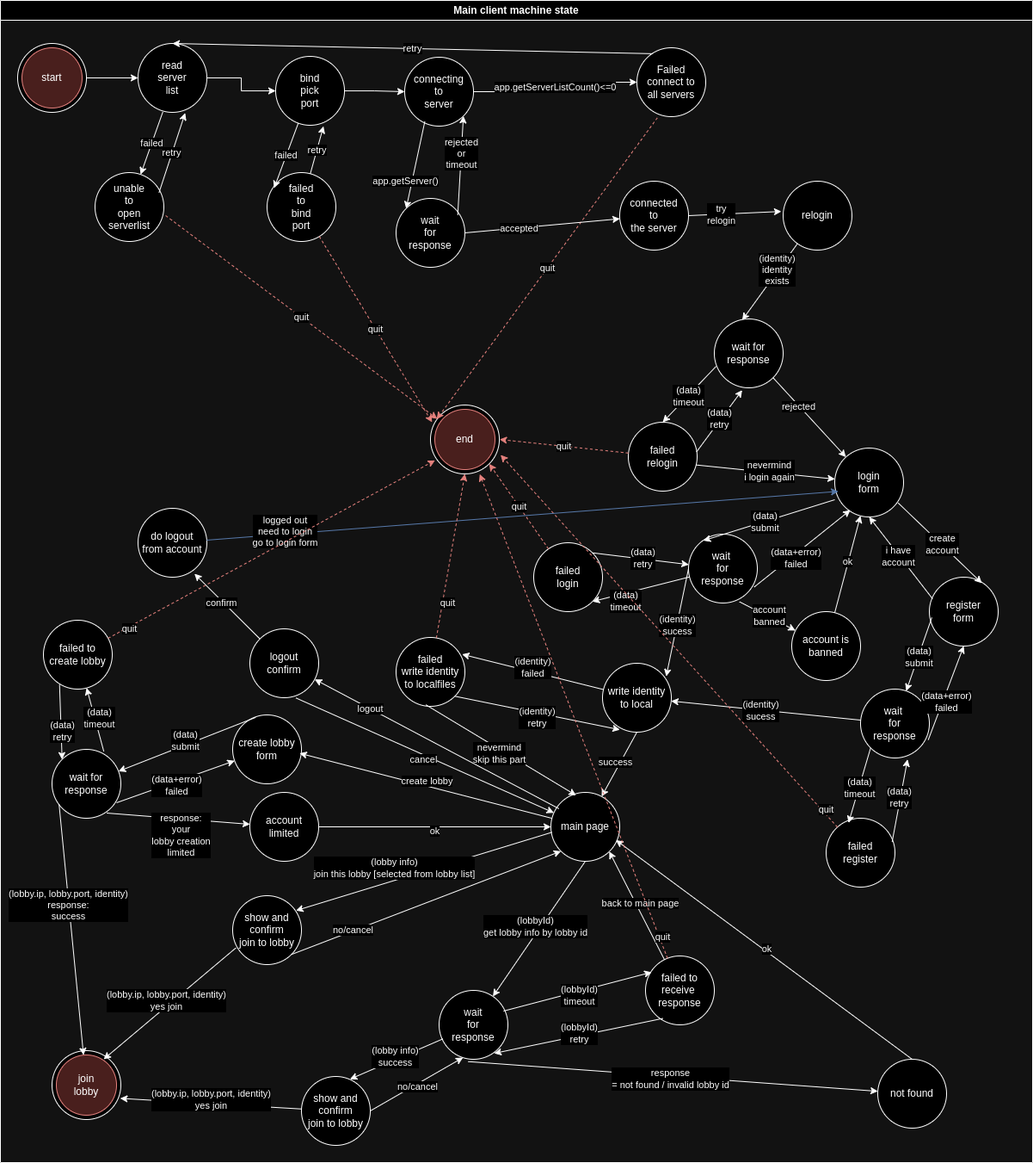
Above: docs/machine-state/main-client/main-client-machine-states-dark.png in turnaduw/fluffyMultiplayer (draw.io), before the change. Source tidied: cells renumbered, new cells last; positions are measured from the earlier drawing's top-left corner, leaving out a move shared by most shapes.
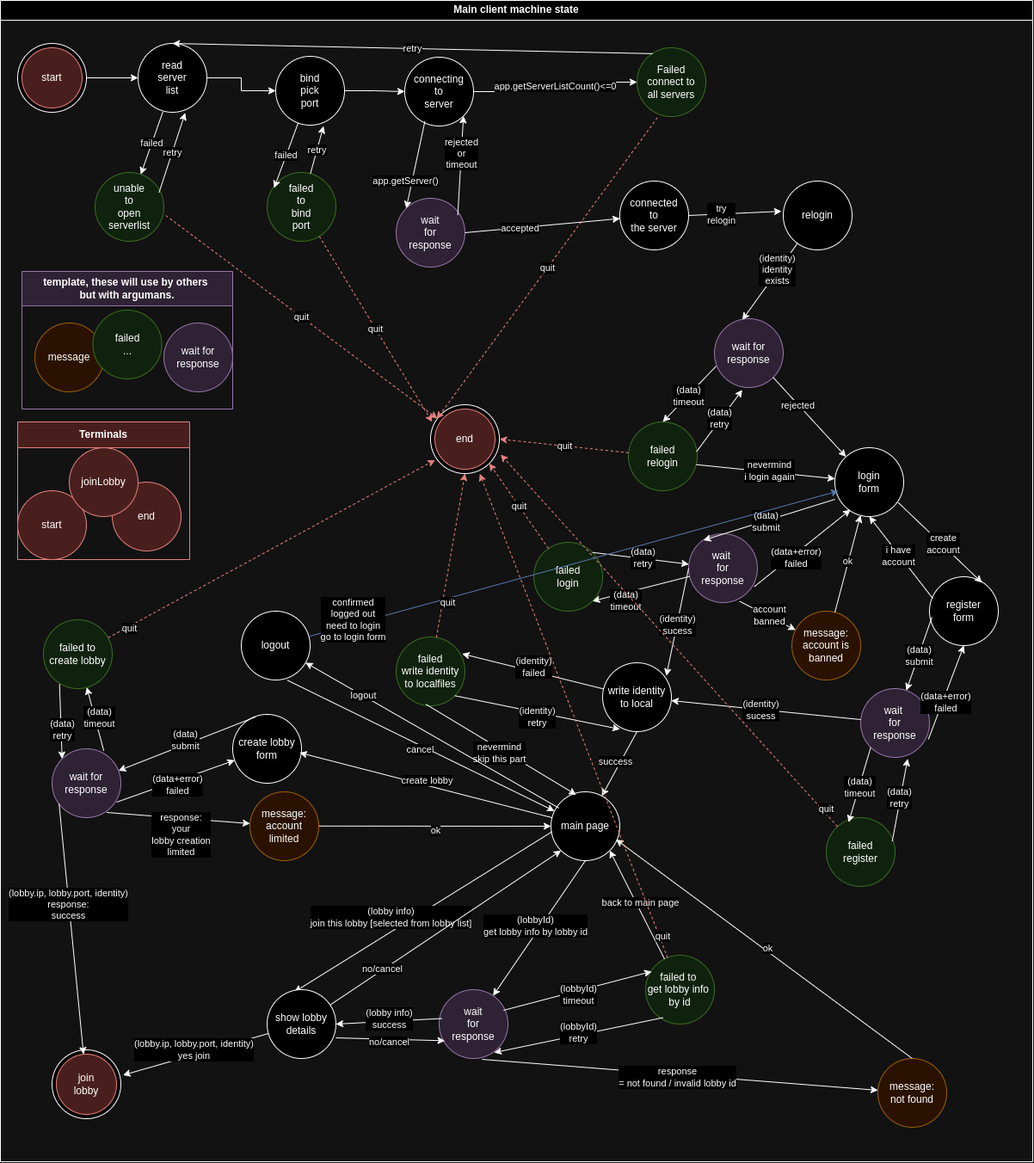
The same file after the commit.

Commit message:
doc mainclient machine state updated.

Change to the diagram source:
```diff
@@ -22,3 +22,3 @@
     </mxCell>
-    <mxCell id="8" value="unable&lt;br&gt;to&lt;br&gt;open&lt;br&gt;serverlist" style="ellipse;whiteSpace=wrap;html=1;" parent="2" vertex="1">
+    <mxCell id="8" value="unable&lt;br&gt;to&lt;br&gt;open&lt;br&gt;serverlist" style="ellipse;whiteSpace=wrap;html=1;fillColor=#d5e8d4;strokeColor=#82b366;" parent="2" vertex="1">
       <mxGeometry x="110" y="200" width="80" height="80" as="geometry" />
@@ -52,3 +52,3 @@
     </mxCell>
-    <mxCell id="18" value="failed&lt;br&gt;to&lt;br&gt;bind&lt;br&gt;port" style="ellipse;whiteSpace=wrap;html=1;" parent="2" vertex="1">
+    <mxCell id="18" value="failed&lt;br&gt;to&lt;br&gt;bind&lt;br&gt;port" style="ellipse;whiteSpace=wrap;html=1;fillColor=#d5e8d4;strokeColor=#82b366;" parent="2" vertex="1">
       <mxGeometry x="310" y="200" width="80" height="80" as="geometry" />
@@ -64,6 +64,6 @@
     </mxCell>
-    <mxCell id="22" value="wait&lt;br&gt;for&lt;br&gt;response" style="ellipse;whiteSpace=wrap;html=1;" parent="2" vertex="1">
+    <mxCell id="22" value="wait&lt;br&gt;for&lt;br&gt;response" style="ellipse;whiteSpace=wrap;html=1;fillColor=#e1d5e7;strokeColor=#9673a6;" parent="2" vertex="1">
       <mxGeometry x="460" y="230" width="80" height="80" as="geometry" />
     </mxCell>
-    <mxCell id="23" value="Failed&lt;br&gt;connect to&lt;br&gt;all servers" style="ellipse;whiteSpace=wrap;html=1;" parent="2" vertex="1">
+    <mxCell id="23" value="Failed&lt;br&gt;connect to&lt;br&gt;all servers" style="ellipse;whiteSpace=wrap;html=1;fillColor=#d5e8d4;strokeColor=#82b366;" parent="2" vertex="1">
       <mxGeometry x="740" y="55" width="80" height="80" as="geometry" />
@@ -94,3 +94,3 @@
     </mxCell>
-    <mxCell id="32" value="wait for response" style="ellipse;whiteSpace=wrap;html=1;" parent="2" vertex="1">
+    <mxCell id="32" value="wait for response" style="ellipse;whiteSpace=wrap;html=1;fillColor=#e1d5e7;strokeColor=#9673a6;" parent="2" vertex="1">
       <mxGeometry x="830" y="370" width="80" height="80" as="geometry" />
@@ -106,3 +106,3 @@
     </mxCell>
-    <mxCell id="36" value="failed&lt;br&gt;relogin" style="ellipse;whiteSpace=wrap;html=1;" parent="2" vertex="1">
+    <mxCell id="36" value="failed&lt;br&gt;relogin" style="ellipse;whiteSpace=wrap;html=1;fillColor=#d5e8d4;strokeColor=#82b366;" parent="2" vertex="1">
       <mxGeometry x="730" y="490" width="80" height="80" as="geometry" />
@@ -130,3 +130,3 @@
     </mxCell>
-    <mxCell id="44" value="wait&amp;nbsp;&lt;br&gt;for&lt;br&gt;response" style="ellipse;whiteSpace=wrap;html=1;" parent="2" vertex="1">
+    <mxCell id="44" value="wait&amp;nbsp;&lt;br&gt;for&lt;br&gt;response" style="ellipse;whiteSpace=wrap;html=1;fillColor=#e1d5e7;strokeColor=#9673a6;" parent="2" vertex="1">
       <mxGeometry x="800" y="620" width="80" height="80" as="geometry" />
@@ -145,3 +145,3 @@
     </mxCell>
-    <mxCell id="49" value="wait&amp;nbsp;&lt;br&gt;for&lt;br&gt;response" style="ellipse;whiteSpace=wrap;html=1;" parent="2" vertex="1">
+    <mxCell id="49" value="wait&amp;nbsp;&lt;br&gt;for&lt;br&gt;response" style="ellipse;whiteSpace=wrap;html=1;fillColor=#e1d5e7;strokeColor=#9673a6;" parent="2" vertex="1">
       <mxGeometry x="1000" y="800" width="80" height="80" as="geometry" />
@@ -157,6 +157,6 @@
     </mxCell>
-    <mxCell id="53" value="failed&lt;br&gt;register" style="ellipse;whiteSpace=wrap;html=1;" parent="2" vertex="1">
+    <mxCell id="53" value="failed&lt;br&gt;register" style="ellipse;whiteSpace=wrap;html=1;fillColor=#d5e8d4;strokeColor=#82b366;" parent="2" vertex="1">
       <mxGeometry x="960" y="950" width="80" height="80" as="geometry" />
     </mxCell>
-    <mxCell id="54" value="failed&lt;br&gt;login" style="ellipse;whiteSpace=wrap;html=1;" parent="2" vertex="1">
+    <mxCell id="54" value="failed&lt;br&gt;login" style="ellipse;whiteSpace=wrap;html=1;fillColor=#d5e8d4;strokeColor=#82b366;" parent="2" vertex="1">
       <mxGeometry x="620" y="630" width="80" height="80" as="geometry" />
@@ -181,3 +181,3 @@
     </mxCell>
-    <mxCell id="61" value="failed&lt;br&gt;write identity&lt;br&gt;to localfiles" style="ellipse;whiteSpace=wrap;html=1;" parent="2" vertex="1">
+    <mxCell id="61" value="failed&lt;br&gt;write identity&lt;br&gt;to localfiles" style="ellipse;whiteSpace=wrap;html=1;fillColor=#d5e8d4;strokeColor=#82b366;" parent="2" vertex="1">
       <mxGeometry x="460" y="740" width="80" height="80" as="geometry" />
@@ -199,8 +199,5 @@
     </mxCell>
-    <mxCell id="67" value="logout&lt;br&gt;confirm" style="ellipse;whiteSpace=wrap;html=1;" parent="2" vertex="1">
-      <mxGeometry x="290" y="730" width="80" height="80" as="geometry" />
+    <mxCell id="67" value="logout" style="ellipse;whiteSpace=wrap;html=1;" parent="2" vertex="1">
+      <mxGeometry x="280" y="710" width="80" height="80" as="geometry" />
     </mxCell>
-    <mxCell id="68" value="do logout&lt;br&gt;from account" style="ellipse;whiteSpace=wrap;html=1;" parent="2" vertex="1">
-      <mxGeometry x="160" y="590" width="80" height="80" as="geometry" />
-    </mxCell>
     <mxCell id="69" value="logout" style="endArrow=classic;html=1;rounded=0;exitX=0.116;exitY=0.236;exitDx=0;exitDy=0;exitPerimeter=0;" parent="2" edge="1" source="64" target="67">
@@ -211,7 +208,4 @@
     </mxCell>
-    <mxCell id="71" value="confirm" style="endArrow=classic;html=1;rounded=0;entryX=0.82;entryY=0.95;entryDx=0;entryDy=0;entryPerimeter=0;" parent="2" edge="1" source="67" target="68">
-      <mxGeometry x="0.15" y="2" relative="1" as="geometry" />
-    </mxCell>
-    <mxCell id="72" value="logged out&lt;br&gt;need to login&lt;br&gt;go to login form" style="endArrow=classic;html=1;rounded=0;entryX=0.052;entryY=0.629;entryDx=0;entryDy=0;entryPerimeter=0;fillColor=#dae8fc;strokeColor=#6c8ebf;" parent="2" edge="1" source="68" target="34">
-      <mxGeometry x="-0.75" y="3" relative="1" as="geometry" />
+    <mxCell id="72" value="confirmed&lt;br&gt;logged out&lt;br&gt;need to login&lt;br&gt;go to login form" style="endArrow=classic;html=1;rounded=0;entryX=0.052;entryY=0.629;entryDx=0;entryDy=0;entryPerimeter=0;fillColor=#dae8fc;strokeColor=#6c8ebf;" parent="2" edge="1" source="67" target="34">
+      <mxGeometry x="-0.83" y="5" relative="1" as="geometry" />
     </mxCell>
@@ -226,6 +220,6 @@
     </mxCell>
-    <mxCell id="76" value="(lobby info)&lt;br&gt;join this lobby [selected from lobby list]" style="endArrow=classic;html=1;rounded=0;exitX=0.016;exitY=0.579;exitDx=0;exitDy=0;entryX=0.92;entryY=0.216;entryDx=0;entryDy=0;entryPerimeter=0;exitPerimeter=0;" parent="2" edge="1" source="64" target="99">
+    <mxCell id="76" value="(lobby info)&lt;br&gt;join this lobby [selected from lobby list]" style="endArrow=classic;html=1;rounded=0;exitX=0.016;exitY=0.579;exitDx=0;exitDy=0;exitPerimeter=0;entryX=0.396;entryY=0.033;entryDx=0;entryDy=0;entryPerimeter=0;" parent="2" edge="1" source="64" target="96">
       <mxGeometry x="0.2" y="-14" relative="1" as="geometry" />
     </mxCell>
-    <mxCell id="77" value="wait&lt;br&gt;for&lt;br&gt;response" style="ellipse;whiteSpace=wrap;html=1;" parent="2" vertex="1">
+    <mxCell id="77" value="wait&lt;br&gt;for&lt;br&gt;response" style="ellipse;whiteSpace=wrap;html=1;fillColor=#e1d5e7;strokeColor=#9673a6;" parent="2" vertex="1">
       <mxGeometry x="510" y="1150" width="80" height="80" as="geometry" />
@@ -235,6 +229,6 @@
     </mxCell>
-    <mxCell id="79" value="(lobby.ip, lobby.port, identity)&lt;br&gt;yes join" style="endArrow=classic;html=1;rounded=0;entryX=0.991;entryY=0.693;entryDx=0;entryDy=0;entryPerimeter=0;" parent="2" edge="1" source="96" target="74">
+    <mxCell id="79" value="(lobby.ip, lobby.port, identity)&lt;br&gt;yes join" style="endArrow=classic;html=1;rounded=0;entryX=1.031;entryY=0.367;entryDx=0;entryDy=0;entryPerimeter=0;" parent="2" edge="1" source="96" target="74">
       <mxGeometry y="-5" relative="1" as="geometry" />
     </mxCell>
-    <mxCell id="80" value="failed to&lt;br&gt;receive&amp;nbsp;&lt;br&gt;response" style="ellipse;whiteSpace=wrap;html=1;" parent="2" vertex="1">
+    <mxCell id="80" value="failed to&amp;nbsp;&lt;br&gt;get lobby info&amp;nbsp;&lt;br&gt;by id" style="ellipse;whiteSpace=wrap;html=1;fillColor=#d5e8d4;strokeColor=#82b366;" parent="2" vertex="1">
       <mxGeometry x="750" y="1110" width="80" height="80" as="geometry" />
@@ -250,6 +244,6 @@
     </mxCell>
-    <mxCell id="84" value="not found" style="ellipse;whiteSpace=wrap;html=1;" parent="2" vertex="1">
+    <mxCell id="84" value="message:&lt;br&gt;not found" style="ellipse;whiteSpace=wrap;html=1;fillColor=#ffe6cc;strokeColor=#d79b00;" parent="2" vertex="1">
       <mxGeometry x="1020" y="1230" width="80" height="80" as="geometry" />
     </mxCell>
-    <mxCell id="85" value="response&lt;br&gt;= not found / invalid lobby id" style="endArrow=classic;html=1;rounded=0;exitX=0.423;exitY=1.034;exitDx=0;exitDy=0;exitPerimeter=0;" parent="2" edge="1" source="77" target="84">
+    <mxCell id="85" value="response&lt;br&gt;= not found / invalid lobby id" style="endArrow=classic;html=1;rounded=0;exitX=0.625;exitY=1.013;exitDx=0;exitDy=0;exitPerimeter=0;" parent="2" edge="1" source="77" target="84">
       <mxGeometry x="-0.01" y="-3" relative="1" as="geometry" />
@@ -265,3 +259,3 @@
     </mxCell>
-    <mxCell id="89" value="wait for response" style="ellipse;whiteSpace=wrap;html=1;" parent="2" vertex="1">
+    <mxCell id="89" value="wait for response" style="ellipse;whiteSpace=wrap;html=1;fillColor=#e1d5e7;strokeColor=#9673a6;" parent="2" vertex="1">
       <mxGeometry x="60" y="870" width="80" height="80" as="geometry" />
@@ -271,3 +265,3 @@
     </mxCell>
-    <mxCell id="91" value="failed to create lobby" style="ellipse;whiteSpace=wrap;html=1;" parent="2" vertex="1">
+    <mxCell id="91" value="failed to create lobby" style="ellipse;whiteSpace=wrap;html=1;fillColor=#d5e8d4;strokeColor=#82b366;" parent="2" vertex="1">
       <mxGeometry x="50" y="720" width="80" height="80" as="geometry" />
@@ -286,20 +280,12 @@
     </mxCell>
-    <mxCell id="96" value="show and&lt;br&gt;confirm&lt;br&gt;join to lobby" style="ellipse;whiteSpace=wrap;html=1;" parent="2" vertex="1">
-      <mxGeometry x="350" y="1250" width="80" height="80" as="geometry" />
+    <mxCell id="96" value="show lobby details" style="ellipse;whiteSpace=wrap;html=1;" parent="2" vertex="1">
+      <mxGeometry x="310" y="1150" width="80" height="80" as="geometry" />
     </mxCell>
-    <mxCell id="97" value="(lobby info)&lt;br&gt;success" style="endArrow=classic;html=1;rounded=0;exitX=0.055;exitY=0.704;exitDx=0;exitDy=0;exitPerimeter=0;entryX=0.705;entryY=0.039;entryDx=0;entryDy=0;entryPerimeter=0;" parent="2" edge="1" source="77" target="96">
+    <mxCell id="97" value="(lobby info)&lt;br&gt;success" style="endArrow=classic;html=1;rounded=0;exitX=0.042;exitY=0.419;exitDx=0;exitDy=0;exitPerimeter=0;entryX=1;entryY=0.5;entryDx=0;entryDy=0;" parent="2" edge="1" source="77" target="96">
       <mxGeometry x="-0.01" y="-3" relative="1" as="geometry" />
     </mxCell>
-    <mxCell id="98" value="no/cancel" style="endArrow=classic;html=1;rounded=0;entryX=0.348;entryY=0.975;entryDx=0;entryDy=0;entryPerimeter=0;" parent="2" edge="1" target="77">
-      <mxGeometry x="-0.01" y="-3" relative="1" as="geometry">
-        <mxPoint x="430" y="1290" as="sourcePoint" />
-      </mxGeometry>
+    <mxCell id="98" value="no/cancel" style="endArrow=classic;html=1;rounded=0;entryX=0.083;entryY=0.742;entryDx=0;entryDy=0;entryPerimeter=0;exitX=1;exitY=0.7;exitDx=0;exitDy=0;exitPerimeter=0;" parent="2" edge="1" source="96" target="77">
+      <mxGeometry x="-0.01" y="-3" relative="1" as="geometry" />
     </mxCell>
-    <mxCell id="99" value="show and&lt;br&gt;confirm&lt;br&gt;join to lobby" style="ellipse;whiteSpace=wrap;html=1;" parent="2" vertex="1">
-      <mxGeometry x="270" y="1040" width="80" height="80" as="geometry" />
-    </mxCell>
-    <mxCell id="100" value="(lobby.ip, lobby.port, identity)&lt;br&gt;yes join" style="endArrow=classic;html=1;rounded=0;entryX=0.75;entryY=0.125;entryDx=0;entryDy=0;entryPerimeter=0;exitX=0.048;exitY=0.757;exitDx=0;exitDy=0;exitPerimeter=0;" parent="2" edge="1" source="99" target="74">
-      <mxGeometry y="-5" relative="1" as="geometry" />
-    </mxCell>
-    <mxCell id="101" value="no/cancel" style="endArrow=classic;html=1;rounded=0;exitX=1;exitY=1;exitDx=0;exitDy=0;entryX=0;entryY=1;entryDx=0;entryDy=0;" parent="2" edge="1" source="99" target="64">
+    <mxCell id="101" value="no/cancel" style="endArrow=classic;html=1;rounded=0;entryX=0;entryY=1;entryDx=0;entryDy=0;" parent="2" edge="1" source="96" target="64">
       <mxGeometry x="-0.54" y="1" relative="1" as="geometry" />
@@ -317,3 +303,3 @@
     </mxCell>
-    <mxCell id="105" value="account is banned" style="ellipse;whiteSpace=wrap;html=1;" parent="2" vertex="1">
+    <mxCell id="105" value="message:&lt;br&gt;account is banned" style="ellipse;whiteSpace=wrap;html=1;fillColor=#ffe6cc;strokeColor=#d79b00;" parent="2" vertex="1">
       <mxGeometry x="920" y="710" width="80" height="80" as="geometry" />
@@ -326,3 +312,3 @@
     </mxCell>
-    <mxCell id="108" value="account limited" style="ellipse;whiteSpace=wrap;html=1;" parent="2" vertex="1">
+    <mxCell id="108" value="message:&lt;br&gt;account limited" style="ellipse;whiteSpace=wrap;html=1;fillColor=#ffe6cc;strokeColor=#d79b00;" parent="2" vertex="1">
       <mxGeometry x="290" y="920" width="80" height="80" as="geometry" />
@@ -332,2 +318,26 @@
     </mxCell>
+    <mxCell id="110" value="template, these will use by others&amp;nbsp;&lt;br&gt;but with argumans." style="swimlane;whiteSpace=wrap;html=1;startSize=40;fillColor=#e1d5e7;strokeColor=#9673a6;" parent="2" vertex="1">
+      <mxGeometry x="25" y="315" width="245" height="160" as="geometry" />
+    </mxCell>
+    <mxCell id="111" value="message" style="ellipse;whiteSpace=wrap;html=1;fillColor=#ffe6cc;strokeColor=#d79b00;" parent="110" vertex="1">
+      <mxGeometry x="15" y="60" width="80" height="80" as="geometry" />
+    </mxCell>
+    <mxCell id="112" value="wait for response" style="ellipse;whiteSpace=wrap;html=1;fillColor=#e1d5e7;strokeColor=#9673a6;" parent="110" vertex="1">
+      <mxGeometry x="165" y="60" width="80" height="80" as="geometry" />
+    </mxCell>
+    <mxCell id="113" value="failed&lt;br&gt;..." style="ellipse;whiteSpace=wrap;html=1;fillColor=#d5e8d4;strokeColor=#82b366;" parent="110" vertex="1">
+      <mxGeometry x="82.5" y="45" width="80" height="80" as="geometry" />
+    </mxCell>
+    <mxCell id="114" value="Terminals" style="swimlane;whiteSpace=wrap;html=1;startSize=30;fillColor=#f8cecc;strokeColor=#b85450;" parent="2" vertex="1">
+      <mxGeometry x="20" y="490" width="200" height="160" as="geometry" />
+    </mxCell>
+    <mxCell id="115" value="start" style="ellipse;whiteSpace=wrap;html=1;fillColor=#f8cecc;strokeColor=#b85450;" parent="114" vertex="1">
+      <mxGeometry y="80" width="80" height="80" as="geometry" />
+    </mxCell>
+    <mxCell id="116" value="end" style="ellipse;whiteSpace=wrap;html=1;fillColor=#f8cecc;strokeColor=#b85450;" parent="114" vertex="1">
+      <mxGeometry x="110" y="70" width="80" height="80" as="geometry" />
+    </mxCell>
+    <mxCell id="117" value="joinLobby" style="ellipse;whiteSpace=wrap;html=1;fillColor=#f8cecc;strokeColor=#b85450;" parent="114" vertex="1">
+      <mxGeometry x="60" y="30" width="80" height="80" as="geometry" />
+    </mxCell>
   </root>
```
